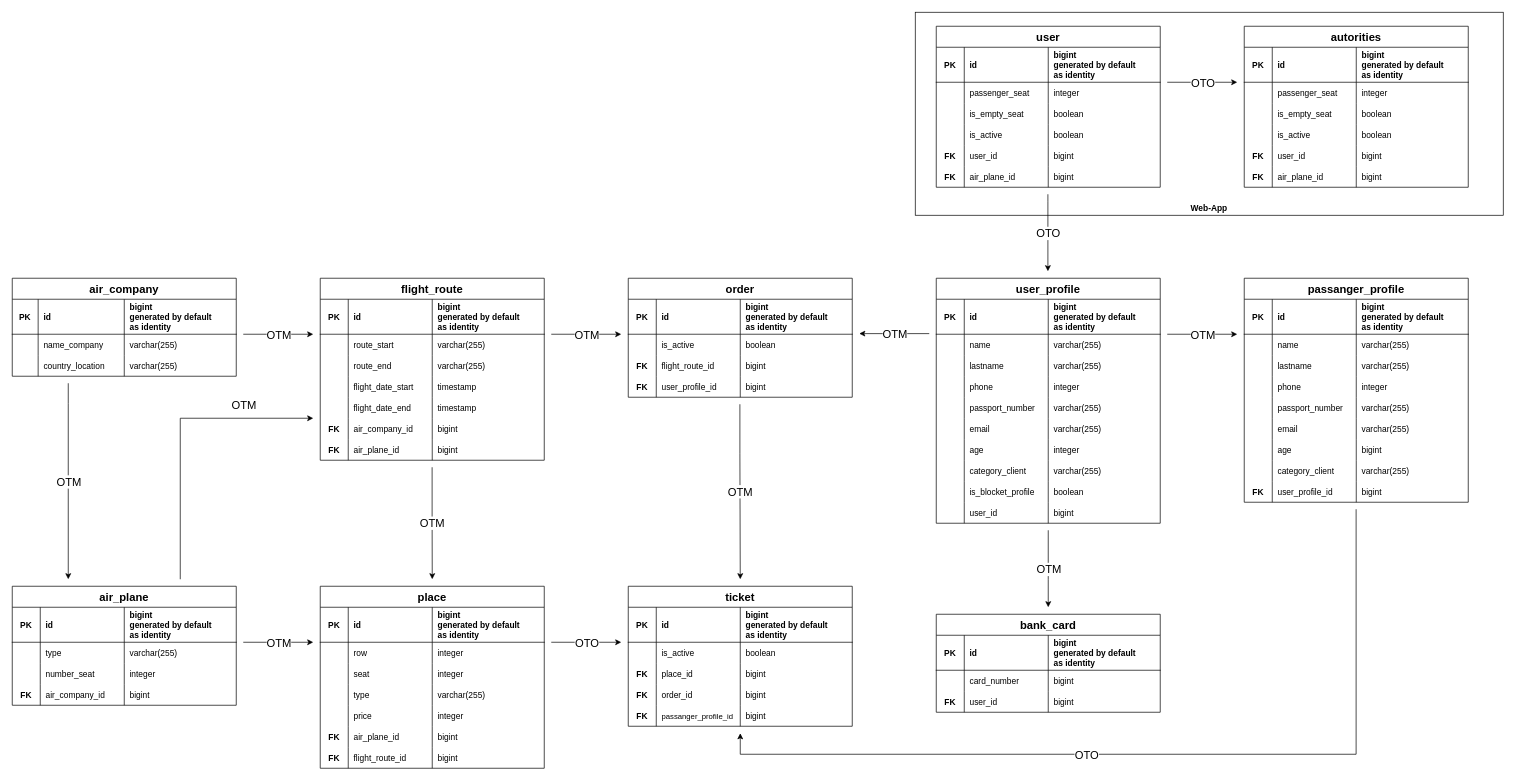
Before: Untitled Diagram.drawio in anomalmishka/myProject, a draw.io diagram. Source tidied: cells renumbered, new cells numbered last; positions are measured from the earlier drawing's top-left corner, leaving out a move shared by most shapes. Both pictures are drawn from the tidied source at 70%, with x=0, y=0 at pixel (12, 12).
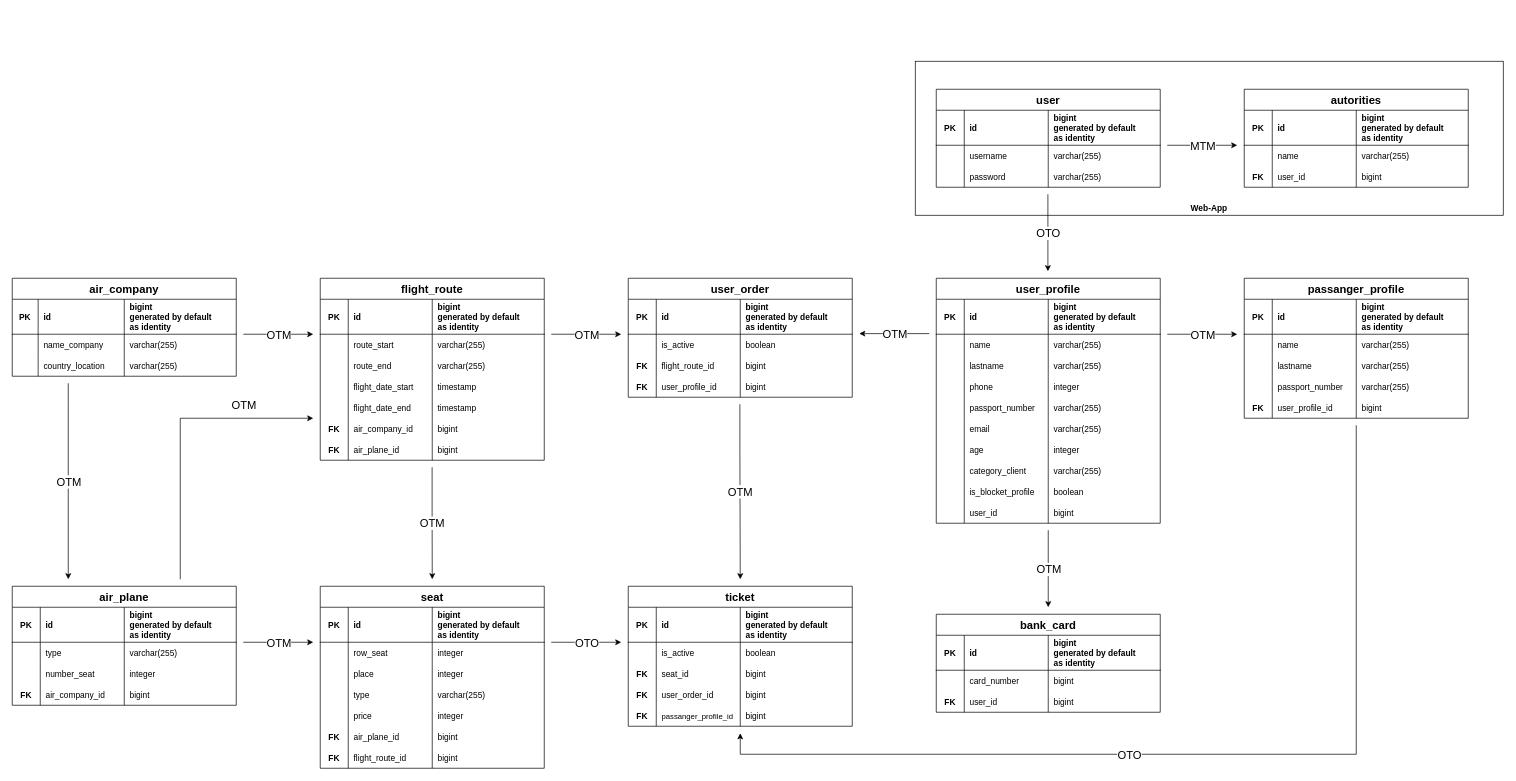
Above is the later version.

Unchanged cells that the change refers to:
```xml
<mxCell id="53" style="shape=partialRectangle;fillColor=none;top=0;left=0;right=0;bottom=0;" parent="44" vertex="1">
  <mxGeometry y="110" width="320" height="30" as="geometry" />
</mxCell>
<mxCell id="57" style="shape=partialRectangle;fillColor=none;top=0;left=0;right=0;bottom=0;" parent="44" vertex="1">
  <mxGeometry y="140" width="320" height="30" as="geometry" />
</mxCell>
<mxCell id="198" style="shape=partialRectangle;fillColor=none;top=0;left=0;right=0;bottom=0;" parent="193" vertex="1">
  <mxGeometry y="80" width="320" height="30" as="geometry" />
</mxCell>
<mxCell id="202" style="shape=partialRectangle;fillColor=none;top=0;left=0;right=0;bottom=0;" parent="193" vertex="1">
  <mxGeometry y="110" width="320" height="30" as="geometry" />
</mxCell>
<mxCell id="223" style="shape=partialRectangle;fillColor=none;top=0;left=0;right=0;bottom=0;" parent="218" vertex="1">
  <mxGeometry y="80" width="320" height="30" as="geometry" />
</mxCell>
<mxCell id="264" style="shape=partialRectangle;fillColor=none;top=0;left=0;right=0;bottom=0;" parent="259" vertex="1">
  <mxGeometry y="80" width="320" height="30" as="geometry" />
</mxCell>
<mxCell id="268" style="shape=partialRectangle;fillColor=none;top=0;left=0;right=0;bottom=0;" parent="259" vertex="1">
  <mxGeometry y="110" width="320" height="30" as="geometry" />
</mxCell>
```

Change to the diagram source:
```diff
@@
     <mxCell id="2" value="&lt;b&gt;Web-App&lt;/b&gt;" style="rounded=0;whiteSpace=wrap;html=1;verticalAlign=bottom;" parent="1" vertex="1">
-      <mxGeometry x="1290" width="840" height="290" as="geometry" />
+      <mxGeometry x="1290" y="70" width="840" height="220" as="geometry" />
     </mxCell>
@@
-    <mxCell id="55" value="place_id" style="shape=partialRectangle;overflow=hidden;fillColor=none;top=0;left=0;bottom=0;right=0;align=left;spacingLeft=6;" parent="53" vertex="1">
+    <mxCell id="55" value="seat_id" style="shape=partialRectangle;overflow=hidden;fillColor=none;top=0;left=0;bottom=0;right=0;align=left;spacingLeft=6;" parent="53" vertex="1">
       <mxGeometry x="40" width="120" height="30" as="geometry" />
     </mxCell>
@@
-    <mxCell id="59" value="order_id" style="shape=partialRectangle;overflow=hidden;fillColor=none;top=0;left=0;bottom=0;right=0;align=left;spacingLeft=6;" parent="57" vertex="1">
+    <mxCell id="59" value="user_order_id" style="shape=partialRectangle;overflow=hidden;fillColor=none;top=0;left=0;bottom=0;right=0;align=left;spacingLeft=6;" parent="57" vertex="1">
       <mxGeometry x="40" width="120" height="30" as="geometry" />
     </mxCell>
@@
-    <mxCell id="139" value="order" style="shape=table;startSize=30;childLayout=tableLayout;rowLines=0;fontStyle=1;align=center;fontSize=16;spacing=2;" parent="1" vertex="1">
+    <mxCell id="139" value="user_order" style="shape=table;startSize=30;childLayout=tableLayout;rowLines=0;fontStyle=1;align=center;fontSize=16;spacing=2;" parent="1" vertex="1">
       <mxGeometry x="880" y="380" width="320" height="170" as="geometry" />
     </mxCell>
@@
     <mxCell id="156" value="passanger_profile" style="shape=table;startSize=30;childLayout=tableLayout;rowLines=0;fontStyle=1;align=center;fontSize=16;" parent="1" vertex="1">
-      <mxGeometry x="1760" y="380" width="320" height="320" as="geometry" />
+      <mxGeometry x="1760" y="380" width="320" height="200" as="geometry" />
     </mxCell>
@@
-    <mxCell id="169" style="shape=partialRectangle;fillColor=none;top=0;left=0;right=0;bottom=0;" parent="156" vertex="1">
-      <mxGeometry y="140" width="320" height="30" as="geometry" />
-    </mxCell>
-    <mxCell id="170" style="shape=partialRectangle;overflow=hidden;fillColor=none;top=0;left=0;bottom=0;right=0;" parent="169" vertex="1">
-      <mxGeometry width="40" height="30" as="geometry" />
-    </mxCell>
-    <mxCell id="171" value="phone " style="shape=partialRectangle;overflow=hidden;fillColor=none;top=0;left=0;bottom=0;right=0;align=left;spacingLeft=6;" parent="169" vertex="1">
-      <mxGeometry x="40" width="120" height="30" as="geometry" />
-    </mxCell>
-    <mxCell id="172" value="integer" style="shape=partialRectangle;overflow=hidden;fillColor=none;top=0;left=0;bottom=0;right=0;align=left;spacingLeft=6;" parent="169" vertex="1">
-      <mxGeometry x="160" width="160" height="30" as="geometry" />
-    </mxCell>
     <mxCell id="173" style="shape=partialRectangle;fillColor=none;top=0;left=0;right=0;bottom=0;" parent="156" vertex="1">
-      <mxGeometry y="170" width="320" height="30" as="geometry" />
+      <mxGeometry y="140" width="320" height="30" as="geometry" />
     </mxCell>
@@
-    <mxCell id="177" style="shape=partialRectangle;fillColor=none;top=0;left=0;right=0;bottom=0;" parent="156" vertex="1">
-      <mxGeometry y="200" width="320" height="30" as="geometry" />
-    </mxCell>
-    <mxCell id="178" style="shape=partialRectangle;overflow=hidden;fillColor=none;top=0;left=0;bottom=0;right=0;" parent="177" vertex="1">
-      <mxGeometry width="40" height="30" as="geometry" />
-    </mxCell>
-    <mxCell id="179" value="email " style="shape=partialRectangle;overflow=hidden;fillColor=none;top=0;left=0;bottom=0;right=0;align=left;spacingLeft=6;" parent="177" vertex="1">
-      <mxGeometry x="40" width="120" height="30" as="geometry" />
-    </mxCell>
-    <mxCell id="180" value="varchar(255)" style="shape=partialRectangle;overflow=hidden;fillColor=none;top=0;left=0;bottom=0;right=0;align=left;spacingLeft=6;" parent="177" vertex="1">
-      <mxGeometry x="160" width="160" height="30" as="geometry" />
-    </mxCell>
-    <mxCell id="181" style="shape=partialRectangle;fillColor=none;top=0;left=0;right=0;bottom=0;" parent="156" vertex="1">
-      <mxGeometry y="230" width="320" height="30" as="geometry" />
-    </mxCell>
-    <mxCell id="182" style="shape=partialRectangle;overflow=hidden;fillColor=none;top=0;left=0;bottom=0;right=0;" parent="181" vertex="1">
-      <mxGeometry width="40" height="30" as="geometry" />
-    </mxCell>
-    <mxCell id="183" value="age " style="shape=partialRectangle;overflow=hidden;fillColor=none;top=0;left=0;bottom=0;right=0;align=left;spacingLeft=6;" parent="181" vertex="1">
-      <mxGeometry x="40" width="120" height="30" as="geometry" />
-    </mxCell>
-    <mxCell id="184" value="bigint" style="shape=partialRectangle;overflow=hidden;fillColor=none;top=0;left=0;bottom=0;right=0;align=left;spacingLeft=6;" parent="181" vertex="1">
-      <mxGeometry x="160" width="160" height="30" as="geometry" />
-    </mxCell>
-    <mxCell id="185" style="shape=partialRectangle;fillColor=none;top=0;left=0;right=0;bottom=0;" parent="156" vertex="1">
-      <mxGeometry y="260" width="320" height="30" as="geometry" />
-    </mxCell>
-    <mxCell id="186" style="shape=partialRectangle;overflow=hidden;fillColor=none;top=0;left=0;bottom=0;right=0;" parent="185" vertex="1">
-      <mxGeometry width="40" height="30" as="geometry" />
-    </mxCell>
-    <mxCell id="187" value="category_client " style="shape=partialRectangle;overflow=hidden;fillColor=none;top=0;left=0;bottom=0;right=0;align=left;spacingLeft=6;" parent="185" vertex="1">
-      <mxGeometry x="40" width="120" height="30" as="geometry" />
-    </mxCell>
-    <mxCell id="188" value="varchar(255)" style="shape=partialRectangle;overflow=hidden;fillColor=none;top=0;left=0;bottom=0;right=0;align=left;spacingLeft=6;" parent="185" vertex="1">
-      <mxGeometry x="160" width="160" height="30" as="geometry" />
-    </mxCell>
     <mxCell id="189" style="shape=partialRectangle;fillColor=none;top=0;left=0;right=0;bottom=0;" parent="156" vertex="1">
-      <mxGeometry y="290" width="320" height="30" as="geometry" />
+      <mxGeometry y="170" width="320" height="30" as="geometry" />
     </mxCell>
@@
     <mxCell id="193" value="user" style="shape=table;startSize=30;childLayout=tableLayout;rowLines=0;fontStyle=1;align=center;fontSize=16;spacing=2;" parent="1" vertex="1">
-      <mxGeometry x="1320" y="20" width="320" height="230" as="geometry" />
+      <mxGeometry x="1320" y="110" width="320" height="140" as="geometry" />
     </mxCell>
@@
-    <mxCell id="200" value="passenger_seat" style="shape=partialRectangle;overflow=hidden;fillColor=none;top=0;left=0;bottom=0;right=0;align=left;spacingLeft=6;fontStyle=0;" parent="198" vertex="1">
+    <mxCell id="200" value="username" style="shape=partialRectangle;overflow=hidden;fillColor=none;top=0;left=0;bottom=0;right=0;align=left;spacingLeft=6;fontStyle=0;" parent="198" vertex="1">
       <mxGeometry x="40" width="120" height="30" as="geometry" />
     </mxCell>
-    <mxCell id="201" value="integer" style="shape=partialRectangle;overflow=hidden;fillColor=none;top=0;left=0;bottom=0;right=0;align=left;spacingLeft=6;fontStyle=0;" parent="198" vertex="1">
+    <mxCell id="201" value="varchar(255)" style="shape=partialRectangle;overflow=hidden;fillColor=none;top=0;left=0;bottom=0;right=0;align=left;spacingLeft=6;fontStyle=0;" parent="198" vertex="1">
       <mxGeometry x="160" width="160" height="30" as="geometry" />
     </mxCell>
@@
-    <mxCell id="204" value="is_empty_seat" style="shape=partialRectangle;overflow=hidden;fillColor=none;top=0;left=0;bottom=0;right=0;align=left;spacingLeft=6;" parent="202" vertex="1">
+    <mxCell id="204" value="password" style="shape=partialRectangle;overflow=hidden;fillColor=none;top=0;left=0;bottom=0;right=0;align=left;spacingLeft=6;" parent="202" vertex="1">
       <mxGeometry x="40" width="120" height="30" as="geometry" />
     </mxCell>
-    <mxCell id="205" value="boolean" style="shape=partialRectangle;overflow=hidden;fillColor=none;top=0;left=0;bottom=0;right=0;align=left;spacingLeft=6;" parent="202" vertex="1">
+    <mxCell id="205" value="varchar(255)" style="shape=partialRectangle;overflow=hidden;fillColor=none;top=0;left=0;bottom=0;right=0;align=left;spacingLeft=6;" parent="202" vertex="1">
       <mxGeometry x="160" width="160" height="30" as="geometry" />
     </mxCell>
-    <mxCell id="206" style="shape=partialRectangle;fillColor=none;top=0;left=0;right=0;bottom=0;" parent="193" vertex="1">
-      <mxGeometry y="140" width="320" height="30" as="geometry" />
-    </mxCell>
-    <mxCell id="207" style="shape=partialRectangle;overflow=hidden;fillColor=none;top=0;left=0;bottom=0;right=0;" parent="206" vertex="1">
-      <mxGeometry width="40" height="30" as="geometry" />
-    </mxCell>
-    <mxCell id="208" value="is_active" style="shape=partialRectangle;overflow=hidden;fillColor=none;top=0;left=0;bottom=0;right=0;align=left;spacingLeft=6;" parent="206" vertex="1">
-      <mxGeometry x="40" width="120" height="30" as="geometry" />
-    </mxCell>
-    <mxCell id="209" value="boolean" style="shape=partialRectangle;overflow=hidden;fillColor=none;top=0;left=0;bottom=0;right=0;align=left;spacingLeft=6;" parent="206" vertex="1">
-      <mxGeometry x="160" width="160" height="30" as="geometry" />
-    </mxCell>
-    <mxCell id="210" style="shape=partialRectangle;fillColor=none;top=0;left=0;right=0;bottom=0;" parent="193" vertex="1">
-      <mxGeometry y="170" width="320" height="30" as="geometry" />
-    </mxCell>
-    <mxCell id="211" value="FK" style="shape=partialRectangle;overflow=hidden;fillColor=none;top=0;left=0;bottom=0;right=0;fontStyle=1;" parent="210" vertex="1">
-      <mxGeometry width="40" height="30" as="geometry" />
-    </mxCell>
-    <mxCell id="212" value="user_id" style="shape=partialRectangle;overflow=hidden;fillColor=none;top=0;left=0;bottom=0;right=0;align=left;spacingLeft=6;" parent="210" vertex="1">
-      <mxGeometry x="40" width="120" height="30" as="geometry" />
-    </mxCell>
-    <mxCell id="213" value="bigint" style="shape=partialRectangle;overflow=hidden;fillColor=none;top=0;left=0;bottom=0;right=0;align=left;spacingLeft=6;" parent="210" vertex="1">
-      <mxGeometry x="160" width="160" height="30" as="geometry" />
-    </mxCell>
-    <mxCell id="214" style="shape=partialRectangle;fillColor=none;top=0;left=0;right=0;bottom=0;" parent="193" vertex="1">
-      <mxGeometry y="200" width="320" height="30" as="geometry" />
-    </mxCell>
-    <mxCell id="215" value="FK" style="shape=partialRectangle;overflow=hidden;fillColor=none;top=0;left=0;bottom=0;right=0;fontStyle=1;" parent="214" vertex="1">
-      <mxGeometry width="40" height="30" as="geometry" />
-    </mxCell>
-    <mxCell id="216" value="air_plane_id" style="shape=partialRectangle;overflow=hidden;fillColor=none;top=0;left=0;bottom=0;right=0;align=left;spacingLeft=6;" parent="214" vertex="1">
-      <mxGeometry x="40" width="120" height="30" as="geometry" />
-    </mxCell>
-    <mxCell id="217" value="bigint" style="shape=partialRectangle;overflow=hidden;fillColor=none;top=0;left=0;bottom=0;right=0;align=left;spacingLeft=6;" parent="214" vertex="1">
-      <mxGeometry x="160" width="160" height="30" as="geometry" />
-    </mxCell>
     <mxCell id="218" value="autorities" style="shape=table;startSize=30;childLayout=tableLayout;rowLines=0;fontStyle=1;align=center;fontSize=16;spacing=2;" parent="1" vertex="1">
-      <mxGeometry x="1760" y="20" width="320" height="230" as="geometry" />
+      <mxGeometry x="1760" y="110" width="320" height="140" as="geometry" />
     </mxCell>
@@
-    <mxCell id="225" value="passenger_seat" style="shape=partialRectangle;overflow=hidden;fillColor=none;top=0;left=0;bottom=0;right=0;align=left;spacingLeft=6;fontStyle=0;" parent="223" vertex="1">
+    <mxCell id="225" value="name" style="shape=partialRectangle;overflow=hidden;fillColor=none;top=0;left=0;bottom=0;right=0;align=left;spacingLeft=6;fontStyle=0;" parent="223" vertex="1">
       <mxGeometry x="40" width="120" height="30" as="geometry" />
     </mxCell>
-    <mxCell id="226" value="integer" style="shape=partialRectangle;overflow=hidden;fillColor=none;top=0;left=0;bottom=0;right=0;align=left;spacingLeft=6;fontStyle=0;" parent="223" vertex="1">
+    <mxCell id="226" value="varchar(255)" style="shape=partialRectangle;overflow=hidden;fillColor=none;top=0;left=0;bottom=0;right=0;align=left;spacingLeft=6;fontStyle=0;" parent="223" vertex="1">
       <mxGeometry x="160" width="160" height="30" as="geometry" />
     </mxCell>
-    <mxCell id="227" style="shape=partialRectangle;fillColor=none;top=0;left=0;right=0;bottom=0;" parent="218" vertex="1">
-      <mxGeometry y="110" width="320" height="30" as="geometry" />
-    </mxCell>
-    <mxCell id="228" style="shape=partialRectangle;overflow=hidden;fillColor=none;top=0;left=0;bottom=0;right=0;" parent="227" vertex="1">
-      <mxGeometry width="40" height="30" as="geometry" />
-    </mxCell>
-    <mxCell id="229" value="is_empty_seat" style="shape=partialRectangle;overflow=hidden;fillColor=none;top=0;left=0;bottom=0;right=0;align=left;spacingLeft=6;" parent="227" vertex="1">
-      <mxGeometry x="40" width="120" height="30" as="geometry" />
-    </mxCell>
-    <mxCell id="230" value="boolean" style="shape=partialRectangle;overflow=hidden;fillColor=none;top=0;left=0;bottom=0;right=0;align=left;spacingLeft=6;" parent="227" vertex="1">
-      <mxGeometry x="160" width="160" height="30" as="geometry" />
-    </mxCell>
-    <mxCell id="231" style="shape=partialRectangle;fillColor=none;top=0;left=0;right=0;bottom=0;" parent="218" vertex="1">
-      <mxGeometry y="140" width="320" height="30" as="geometry" />
-    </mxCell>
-    <mxCell id="232" style="shape=partialRectangle;overflow=hidden;fillColor=none;top=0;left=0;bottom=0;right=0;" parent="231" vertex="1">
-      <mxGeometry width="40" height="30" as="geometry" />
-    </mxCell>
-    <mxCell id="233" value="is_active" style="shape=partialRectangle;overflow=hidden;fillColor=none;top=0;left=0;bottom=0;right=0;align=left;spacingLeft=6;" parent="231" vertex="1">
-      <mxGeometry x="40" width="120" height="30" as="geometry" />
-    </mxCell>
-    <mxCell id="234" value="boolean" style="shape=partialRectangle;overflow=hidden;fillColor=none;top=0;left=0;bottom=0;right=0;align=left;spacingLeft=6;" parent="231" vertex="1">
-      <mxGeometry x="160" width="160" height="30" as="geometry" />
-    </mxCell>
     <mxCell id="235" style="shape=partialRectangle;fillColor=none;top=0;left=0;right=0;bottom=0;" parent="218" vertex="1">
-      <mxGeometry y="170" width="320" height="30" as="geometry" />
+      <mxGeometry y="110" width="320" height="30" as="geometry" />
     </mxCell>
@@
-    <mxCell id="239" style="shape=partialRectangle;fillColor=none;top=0;left=0;right=0;bottom=0;" parent="218" vertex="1">
-      <mxGeometry y="200" width="320" height="30" as="geometry" />
-    </mxCell>
-    <mxCell id="240" value="FK" style="shape=partialRectangle;overflow=hidden;fillColor=none;top=0;left=0;bottom=0;right=0;fontStyle=1;" parent="239" vertex="1">
-      <mxGeometry width="40" height="30" as="geometry" />
-    </mxCell>
-    <mxCell id="241" value="air_plane_id" style="shape=partialRectangle;overflow=hidden;fillColor=none;top=0;left=0;bottom=0;right=0;align=left;spacingLeft=6;" parent="239" vertex="1">
-      <mxGeometry x="40" width="120" height="30" as="geometry" />
-    </mxCell>
-    <mxCell id="242" value="bigint" style="shape=partialRectangle;overflow=hidden;fillColor=none;top=0;left=0;bottom=0;right=0;align=left;spacingLeft=6;" parent="239" vertex="1">
-      <mxGeometry x="160" width="160" height="30" as="geometry" />
-    </mxCell>
@@
     <mxCell id="249" style="endArrow=classic;html=1;rounded=0;fontSize=16;edgeStyle=orthogonalEdgeStyle;" parent="1" edge="1">
       <mxGeometry relative="1" as="geometry">
-        <mxPoint x="1650" y="100" as="sourcePoint" />
-        <mxPoint x="1750" y="100" as="targetPoint" />
+        <mxPoint x="1650" y="190" as="sourcePoint" />
+        <mxPoint x="1750" y="190" as="targetPoint" />
         <Array as="points">
-          <mxPoint x="1649.7" y="100" />
-          <mxPoint x="1649.7" y="320" />
+          <mxPoint x="1649.7" y="190" />
+          <mxPoint x="1649.7" y="410" />
         </Array>
       </mxGeometry>
     </mxCell>
-    <mxCell id="250" value="OTO" style="edgeLabel;html=1;align=center;verticalAlign=middle;fontSize=16;" parent="249" vertex="1">
+    <mxCell id="250" value="MTM" style="edgeLabel;html=1;align=center;verticalAlign=middle;fontSize=16;" parent="249" vertex="1">
       <mxGeometry relative="1" as="geometry" />
     </mxCell>
@@
-    <mxCell id="259" value="place" style="shape=table;startSize=30;childLayout=tableLayout;rowLines=0;fontStyle=1;align=center;fontSize=16;spacing=2;" parent="1" vertex="1">
+    <mxCell id="259" value="seat" style="shape=table;startSize=30;childLayout=tableLayout;rowLines=0;fontStyle=1;align=center;fontSize=16;spacing=2;" parent="1" vertex="1">
       <mxGeometry x="440" y="820" width="320" height="260" as="geometry" />
     </mxCell>
@@
-    <mxCell id="266" value="row" style="shape=partialRectangle;overflow=hidden;fillColor=none;top=0;left=0;bottom=0;right=0;align=left;spacingLeft=6;fontStyle=0;" parent="264" vertex="1">
+    <mxCell id="266" value="row_seat" style="shape=partialRectangle;overflow=hidden;fillColor=none;top=0;left=0;bottom=0;right=0;align=left;spacingLeft=6;fontStyle=0;" parent="264" vertex="1">
       <mxGeometry x="40" width="120" height="30" as="geometry" />
     </mxCell>
@@
-    <mxCell id="270" value="seat" style="shape=partialRectangle;overflow=hidden;fillColor=none;top=0;left=0;bottom=0;right=0;align=left;spacingLeft=6;fontStyle=0;" parent="268" vertex="1">
+    <mxCell id="270" value="place" style="shape=partialRectangle;overflow=hidden;fillColor=none;top=0;left=0;bottom=0;right=0;align=left;spacingLeft=6;fontStyle=0;" parent="268" vertex="1">
       <mxGeometry x="40" width="120" height="30" as="geometry" />
     </mxCell>
@@
     <mxCell id="296" style="endArrow=classic;html=1;rounded=0;fontSize=16;edgeStyle=orthogonalEdgeStyle;" parent="1" edge="1">
       <mxGeometry relative="1" as="geometry">
-        <mxPoint x="1919.8" y="710" as="sourcePoint" />
+        <mxPoint x="1920" y="590" as="sourcePoint" />
         <mxPoint x="1040" y="1030" as="targetPoint" />
         <Array as="points">
           <mxPoint x="1920" y="1060" />
           <mxPoint x="1040" y="1060" />
         </Array>
       </mxGeometry>
     </mxCell>
```
